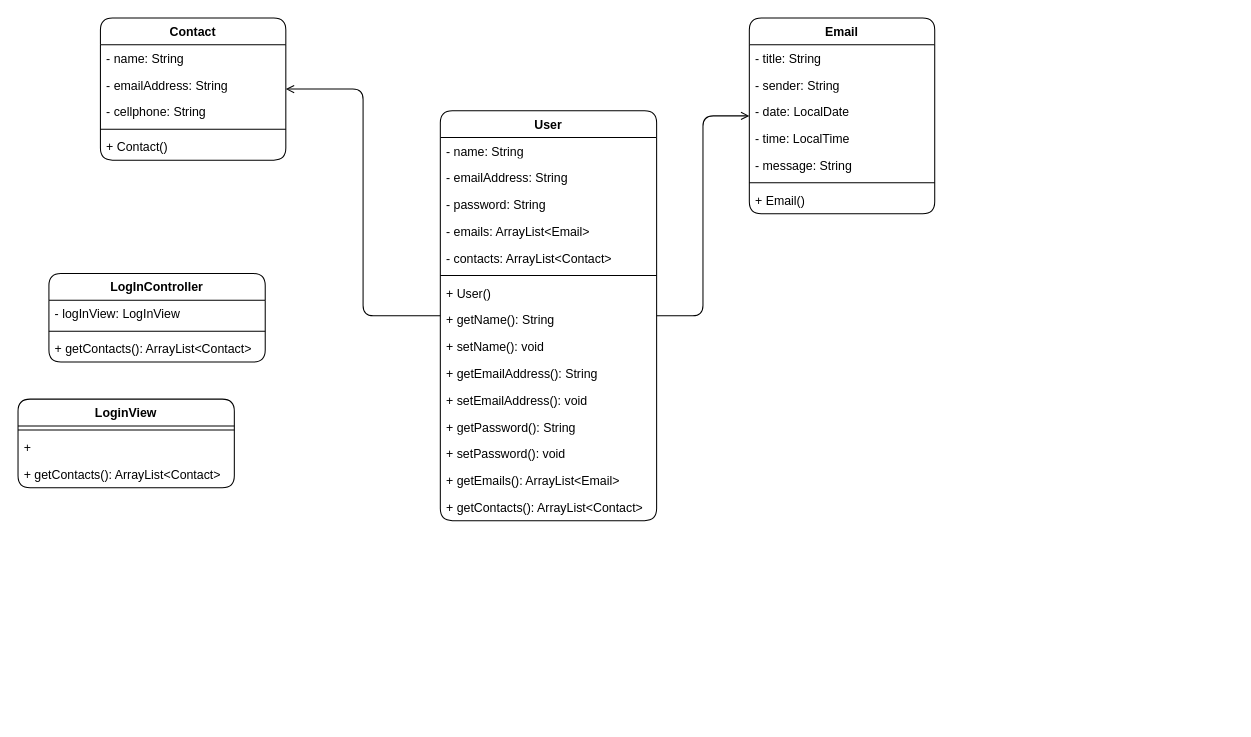
Earlier version of the draw.io diagram page "Diagrama de clase" (1 of 3) of UML.drawio (EddyArriaga/mail). Source tidied: cells renumbered, new cells numbered last; positions are measured from the earlier drawing's top-left corner, leaving out a move shared by most shapes. Both pictures are drawn from the tidied source at 103%, with x=0, y=0 at pixel (18, 18).
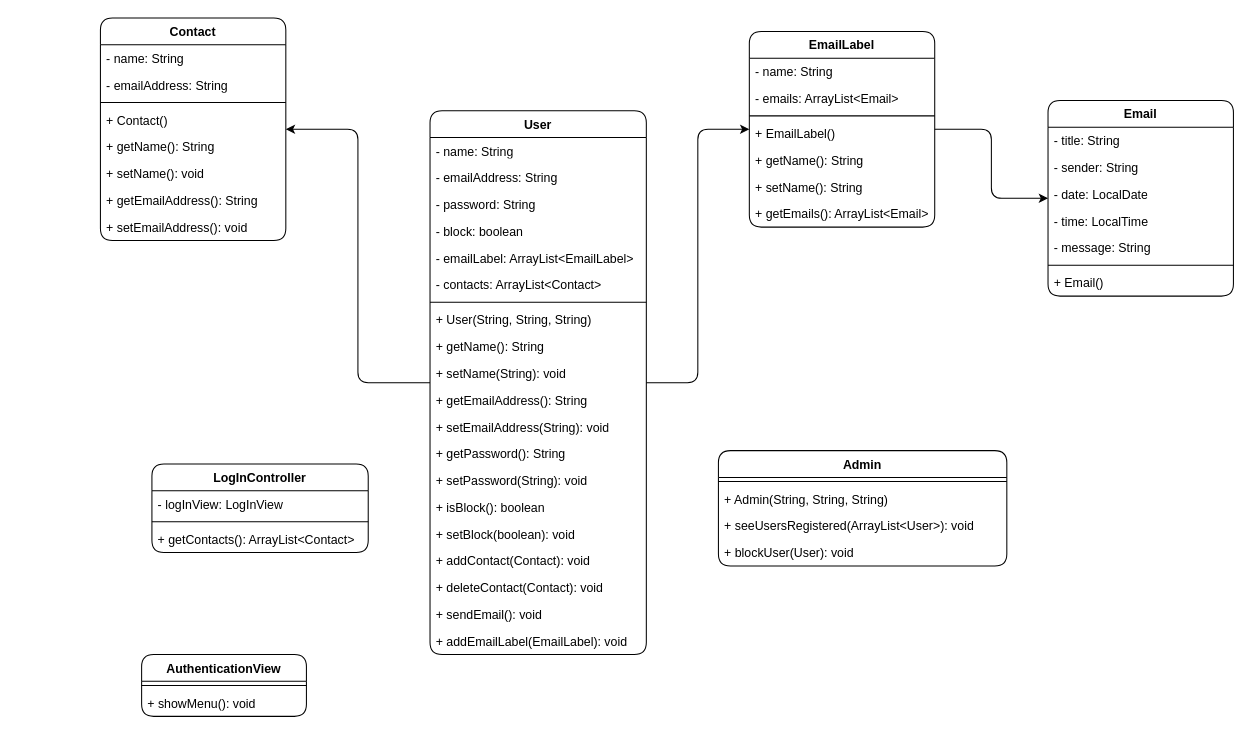
Above is the later version.

The edit, as a diff of the source:
```diff
@@
-    <mxCell id="2" style="edgeStyle=orthogonalEdgeStyle;rounded=1;jettySize=auto;html=1;fontFamily=Helvetica;fontSize=12;fontColor=default;fontStyle=1;horizontal=1;endArrow=open;endFill=0;curved=0;" parent="1" edge="1" source="4" target="20">
-      <mxGeometry relative="1" as="geometry" />
-    </mxCell>
-    <mxCell id="3" style="edgeStyle=orthogonalEdgeStyle;shape=connector;rounded=1;jettySize=auto;html=1;strokeColor=default;align=center;verticalAlign=middle;fontFamily=Helvetica;fontSize=12;fontColor=default;fontStyle=1;labelBackgroundColor=default;horizontal=1;endArrow=open;endFill=0;curved=0;" parent="1" edge="1" source="4" target="28">
+    <mxCell id="3" style="edgeStyle=orthogonalEdgeStyle;shape=connector;rounded=1;jettySize=auto;html=1;strokeColor=default;align=center;verticalAlign=middle;fontFamily=Helvetica;fontSize=12;fontColor=default;fontStyle=1;labelBackgroundColor=default;horizontal=1;endArrow=classic;endFill=1;curved=0;" parent="1" edge="1" source="4" target="28">
       <mxGeometry relative="1" as="geometry" />
     </mxCell>
+    <mxCell id="42" style="edgeStyle=orthogonalEdgeStyle;rounded=1;jettySize=auto;html=1;endArrow=classic;endFill=1;curved=0;" parent="1" edge="1" source="4" target="55">
+      <mxGeometry relative="1" as="geometry" />
+    </mxCell>
     <mxCell id="4" value="User" style="swimlane;fontStyle=1;align=center;verticalAlign=top;horizontal=1;startSize=26;whiteSpace=wrap;html=1;rounded=1;" parent="1" vertex="1">
-      <mxGeometry x="410" y="90" width="210" height="398" as="geometry" />
+      <mxGeometry x="400" y="90" width="210" height="528" as="geometry" />
     </mxCell>
@@
+    <mxCell id="43" value="- block: boolean" style="text;strokeColor=none;fillColor=none;align=left;verticalAlign=top;spacingLeft=4;spacingRight=4;overflow=hidden;whiteSpace=wrap;html=1;" parent="4" vertex="1">
+      <mxGeometry y="104" width="210" height="26" as="geometry" />
+    </mxCell>
-    <mxCell id="8" value="- emails: ArrayList&amp;lt;Email&amp;gt;" style="text;strokeColor=none;fillColor=none;align=left;verticalAlign=top;spacingLeft=4;spacingRight=4;overflow=hidden;whiteSpace=wrap;html=1;" parent="4" vertex="1">
-      <mxGeometry y="104" width="210" height="26" as="geometry" />
+    <mxCell id="8" value="- emailLabel: ArrayList&amp;lt;EmailLabel&amp;gt;" style="text;strokeColor=none;fillColor=none;align=left;verticalAlign=top;spacingLeft=4;spacingRight=4;overflow=hidden;whiteSpace=wrap;html=1;" parent="4" vertex="1">
+      <mxGeometry y="130" width="210" height="26" as="geometry" />
     </mxCell>
     <mxCell id="9" value="- contacts: ArrayList&amp;lt;Contact&amp;gt;" style="text;strokeColor=none;fillColor=none;align=left;verticalAlign=top;spacingLeft=4;spacingRight=4;overflow=hidden;whiteSpace=wrap;html=1;" parent="4" vertex="1">
-      <mxGeometry y="130" width="210" height="26" as="geometry" />
+      <mxGeometry y="156" width="210" height="26" as="geometry" />
     </mxCell>
     <mxCell id="10" style="line;strokeWidth=1;fillColor=none;align=left;verticalAlign=middle;spacingTop=-1;spacingLeft=3;spacingRight=3;labelPosition=right;strokeColor=inherit;" parent="4" vertex="1">
-      <mxGeometry y="156" width="210" height="8" as="geometry" />
+      <mxGeometry y="182" width="210" height="8" as="geometry" />
     </mxCell>
-    <mxCell id="11" value="+ User()" style="text;strokeColor=none;fillColor=none;align=left;verticalAlign=top;spacingLeft=4;spacingRight=4;overflow=hidden;whiteSpace=wrap;html=1;" parent="4" vertex="1">
-      <mxGeometry y="164" width="210" height="26" as="geometry" />
+    <mxCell id="11" value="+ User(String, String, String)" style="text;strokeColor=none;fillColor=none;align=left;verticalAlign=top;spacingLeft=4;spacingRight=4;overflow=hidden;whiteSpace=wrap;html=1;" parent="4" vertex="1">
+      <mxGeometry y="190" width="210" height="26" as="geometry" />
     </mxCell>
     <mxCell id="12" value="+ getName(): String" style="text;strokeColor=none;fillColor=none;align=left;verticalAlign=top;spacingLeft=4;spacingRight=4;overflow=hidden;whiteSpace=wrap;html=1;" parent="4" vertex="1">
-      <mxGeometry y="190" width="210" height="26" as="geometry" />
+      <mxGeometry y="216" width="210" height="26" as="geometry" />
     </mxCell>
-    <mxCell id="13" value="+ setName(): void" style="text;strokeColor=none;fillColor=none;align=left;verticalAlign=top;spacingLeft=4;spacingRight=4;overflow=hidden;whiteSpace=wrap;html=1;" parent="4" vertex="1">
-      <mxGeometry y="216" width="210" height="26" as="geometry" />
+    <mxCell id="13" value="+ setName(String): void" style="text;strokeColor=none;fillColor=none;align=left;verticalAlign=top;spacingLeft=4;spacingRight=4;overflow=hidden;whiteSpace=wrap;html=1;" parent="4" vertex="1">
+      <mxGeometry y="242" width="210" height="26" as="geometry" />
     </mxCell>
     <mxCell id="14" value="+ getEmailAddress(): String" style="text;strokeColor=none;fillColor=none;align=left;verticalAlign=top;spacingLeft=4;spacingRight=4;overflow=hidden;whiteSpace=wrap;html=1;" parent="4" vertex="1">
-      <mxGeometry y="242" width="210" height="26" as="geometry" />
+      <mxGeometry y="268" width="210" height="26" as="geometry" />
     </mxCell>
-    <mxCell id="15" value="+ setEmailAddress(): void" style="text;strokeColor=none;fillColor=none;align=left;verticalAlign=top;spacingLeft=4;spacingRight=4;overflow=hidden;whiteSpace=wrap;html=1;" parent="4" vertex="1">
-      <mxGeometry y="268" width="210" height="26" as="geometry" />
+    <mxCell id="15" value="+ setEmailAddress(String): void" style="text;strokeColor=none;fillColor=none;align=left;verticalAlign=top;spacingLeft=4;spacingRight=4;overflow=hidden;whiteSpace=wrap;html=1;" parent="4" vertex="1">
+      <mxGeometry y="294" width="210" height="26" as="geometry" />
     </mxCell>
     <mxCell id="16" value="+ getPassword(): String" style="text;strokeColor=none;fillColor=none;align=left;verticalAlign=top;spacingLeft=4;spacingRight=4;overflow=hidden;whiteSpace=wrap;html=1;" parent="4" vertex="1">
-      <mxGeometry y="294" width="210" height="26" as="geometry" />
+      <mxGeometry y="320" width="210" height="26" as="geometry" />
     </mxCell>
-    <mxCell id="17" value="+ setPassword(): void" style="text;strokeColor=none;fillColor=none;align=left;verticalAlign=top;spacingLeft=4;spacingRight=4;overflow=hidden;whiteSpace=wrap;html=1;" parent="4" vertex="1">
-      <mxGeometry y="320" width="210" height="26" as="geometry" />
+    <mxCell id="17" value="+ setPassword(String): void" style="text;strokeColor=none;fillColor=none;align=left;verticalAlign=top;spacingLeft=4;spacingRight=4;overflow=hidden;whiteSpace=wrap;html=1;" parent="4" vertex="1">
+      <mxGeometry y="346" width="210" height="26" as="geometry" />
     </mxCell>
-    <mxCell id="18" value="+ getEmails(): ArrayList&amp;lt;Email&amp;gt;" style="text;strokeColor=none;fillColor=none;align=left;verticalAlign=top;spacingLeft=4;spacingRight=4;overflow=hidden;whiteSpace=wrap;html=1;" parent="4" vertex="1">
-      <mxGeometry y="346" width="210" height="26" as="geometry" />
-    </mxCell>
-    <mxCell id="19" value="+ getContacts(): ArrayList&amp;lt;Contact&amp;gt;" style="text;strokeColor=none;fillColor=none;align=left;verticalAlign=top;spacingLeft=4;spacingRight=4;overflow=hidden;whiteSpace=wrap;html=1;" parent="4" vertex="1">
-      <mxGeometry y="372" width="210" height="26" as="geometry" />
-    </mxCell>
+    <mxCell id="44" value="+ isBlock(): boolean" style="text;strokeColor=none;fillColor=none;align=left;verticalAlign=top;spacingLeft=4;spacingRight=4;overflow=hidden;whiteSpace=wrap;html=1;" parent="4" vertex="1">
+      <mxGeometry y="372" width="210" height="26" as="geometry" />
+    </mxCell>
+    <mxCell id="45" value="+ setBlock(boolean): void" style="text;strokeColor=none;fillColor=none;align=left;verticalAlign=top;spacingLeft=4;spacingRight=4;overflow=hidden;whiteSpace=wrap;html=1;" parent="4" vertex="1">
+      <mxGeometry y="398" width="210" height="26" as="geometry" />
+    </mxCell>
+    <mxCell id="46" value="+ addContact(Contact): void" style="text;strokeColor=none;fillColor=none;align=left;verticalAlign=top;spacingLeft=4;spacingRight=4;overflow=hidden;whiteSpace=wrap;html=1;" parent="4" vertex="1">
+      <mxGeometry y="424" width="210" height="26" as="geometry" />
+    </mxCell>
+    <mxCell id="47" value="+ deleteContact(Contact): void" style="text;strokeColor=none;fillColor=none;align=left;verticalAlign=top;spacingLeft=4;spacingRight=4;overflow=hidden;whiteSpace=wrap;html=1;" parent="4" vertex="1">
+      <mxGeometry y="450" width="210" height="26" as="geometry" />
+    </mxCell>
+    <mxCell id="48" value="+ sendEmail(): void" style="text;strokeColor=none;fillColor=none;align=left;verticalAlign=top;spacingLeft=4;spacingRight=4;overflow=hidden;whiteSpace=wrap;html=1;" parent="4" vertex="1">
+      <mxGeometry y="476" width="210" height="26" as="geometry" />
+    </mxCell>
+    <mxCell id="49" value="+ addEmailLabel(EmailLabel): void" style="text;strokeColor=none;fillColor=none;align=left;verticalAlign=top;spacingLeft=4;spacingRight=4;overflow=hidden;whiteSpace=wrap;html=1;" parent="4" vertex="1">
+      <mxGeometry y="502" width="210" height="26" as="geometry" />
+    </mxCell>
     <mxCell id="20" value="Email" style="swimlane;fontStyle=1;align=center;verticalAlign=top;horizontal=1;startSize=26;whiteSpace=wrap;html=1;rounded=1;" parent="1" vertex="1">
-      <mxGeometry x="710" width="180" height="190" as="geometry" />
+      <mxGeometry x="1000" y="80" width="180" height="190" as="geometry" />
     </mxCell>
@@
     <mxCell id="28" value="Contact" style="swimlane;fontStyle=1;align=center;verticalAlign=top;horizontal=1;startSize=26;whiteSpace=wrap;html=1;rounded=1;" parent="1" vertex="1">
-      <mxGeometry x="80" width="180" height="138" as="geometry" />
+      <mxGeometry x="80" width="180" height="216" as="geometry" />
     </mxCell>
@@
-    <mxCell id="31" value="- cellphone: String" style="text;strokeColor=none;fillColor=none;align=left;verticalAlign=top;spacingLeft=4;spacingRight=4;overflow=hidden;whiteSpace=wrap;html=1;" parent="28" vertex="1">
-      <mxGeometry y="78" width="180" height="26" as="geometry" />
-    </mxCell>
     <mxCell id="32" style="line;strokeWidth=1;fillColor=none;align=left;verticalAlign=middle;spacingTop=-1;spacingLeft=3;spacingRight=3;labelPosition=right;strokeColor=inherit;" parent="28" vertex="1">
-      <mxGeometry y="104" width="180" height="8" as="geometry" />
+      <mxGeometry y="78" width="180" height="8" as="geometry" />
     </mxCell>
     <mxCell id="33" value="+ Contact()" style="text;strokeColor=none;fillColor=none;align=left;verticalAlign=top;spacingLeft=4;spacingRight=4;overflow=hidden;whiteSpace=wrap;html=1;" parent="28" vertex="1">
-      <mxGeometry y="112" width="180" height="26" as="geometry" />
+      <mxGeometry y="86" width="180" height="26" as="geometry" />
     </mxCell>
+    <mxCell id="50" value="+ getName(): String" style="text;strokeColor=none;fillColor=none;align=left;verticalAlign=top;spacingLeft=4;spacingRight=4;overflow=hidden;whiteSpace=wrap;html=1;" parent="28" vertex="1">
+      <mxGeometry y="112" width="180" height="26" as="geometry" />
+    </mxCell>
+    <mxCell id="51" value="+ setName(): void" style="text;strokeColor=none;fillColor=none;align=left;verticalAlign=top;spacingLeft=4;spacingRight=4;overflow=hidden;whiteSpace=wrap;html=1;" parent="28" vertex="1">
+      <mxGeometry y="138" width="180" height="26" as="geometry" />
+    </mxCell>
+    <mxCell id="52" value="+ getEmailAddress(): String" style="text;strokeColor=none;fillColor=none;align=left;verticalAlign=top;spacingLeft=4;spacingRight=4;overflow=hidden;whiteSpace=wrap;html=1;" parent="28" vertex="1">
+      <mxGeometry y="164" width="180" height="26" as="geometry" />
+    </mxCell>
+    <mxCell id="53" value="+ setEmailAddress(): void" style="text;strokeColor=none;fillColor=none;align=left;verticalAlign=top;spacingLeft=4;spacingRight=4;overflow=hidden;whiteSpace=wrap;html=1;" parent="28" vertex="1">
+      <mxGeometry y="190" width="180" height="26" as="geometry" />
+    </mxCell>
-    <mxCell id="34" value="LoginView" style="swimlane;fontStyle=1;align=center;verticalAlign=top;horizontal=1;startSize=26;whiteSpace=wrap;html=1;rounded=1;" parent="1" vertex="1">
-      <mxGeometry y="370" width="210" height="86" as="geometry" />
+    <mxCell id="34" value="AuthenticationView" style="swimlane;fontStyle=1;align=center;verticalAlign=top;horizontal=1;startSize=26;whiteSpace=wrap;html=1;rounded=1;" parent="1" vertex="1">
+      <mxGeometry x="120" y="618" width="160" height="60" as="geometry" />
     </mxCell>
     <mxCell id="35" style="line;strokeWidth=1;fillColor=none;align=left;verticalAlign=middle;spacingTop=-1;spacingLeft=3;spacingRight=3;labelPosition=right;strokeColor=inherit;" parent="34" vertex="1">
-      <mxGeometry y="26" width="210" height="8" as="geometry" />
+      <mxGeometry y="26" width="160" height="8" as="geometry" />
     </mxCell>
-    <mxCell id="36" value="+&amp;nbsp;" style="text;strokeColor=none;fillColor=none;align=left;verticalAlign=top;spacingLeft=4;spacingRight=4;overflow=hidden;whiteSpace=wrap;html=1;" parent="34" vertex="1">
-      <mxGeometry y="34" width="210" height="26" as="geometry" />
-    </mxCell>
-    <mxCell id="37" value="+ getContacts(): ArrayList&amp;lt;Contact&amp;gt;" style="text;strokeColor=none;fillColor=none;align=left;verticalAlign=top;spacingLeft=4;spacingRight=4;overflow=hidden;whiteSpace=wrap;html=1;" parent="34" vertex="1">
-      <mxGeometry y="60" width="210" height="26" as="geometry" />
+    <mxCell id="37" value="+ showMenu(): void" style="text;strokeColor=none;fillColor=none;align=left;verticalAlign=top;spacingLeft=4;spacingRight=4;overflow=hidden;whiteSpace=wrap;html=1;" parent="34" vertex="1">
+      <mxGeometry y="34" width="160" height="26" as="geometry" />
     </mxCell>
     <mxCell id="38" value="LogInController" style="swimlane;fontStyle=1;align=center;verticalAlign=top;horizontal=1;startSize=26;whiteSpace=wrap;html=1;rounded=1;" parent="1" vertex="1">
-      <mxGeometry x="30" y="248" width="210" height="86" as="geometry" />
+      <mxGeometry x="130" y="433" width="210" height="86" as="geometry" />
     </mxCell>
@@
+    <mxCell id="54" style="edgeStyle=orthogonalEdgeStyle;shape=connector;curved=0;rounded=1;jettySize=auto;html=1;strokeColor=default;align=center;verticalAlign=middle;fontFamily=Helvetica;fontSize=11;fontColor=default;labelBackgroundColor=default;endArrow=classic;endFill=1;" parent="1" edge="1" source="55" target="20">
+      <mxGeometry relative="1" as="geometry" />
+    </mxCell>
+    <mxCell id="55" value="EmailLabel" style="swimlane;fontStyle=1;align=center;verticalAlign=top;horizontal=1;startSize=26;whiteSpace=wrap;html=1;rounded=1;" parent="1" vertex="1">
+      <mxGeometry x="710" y="13" width="180" height="190" as="geometry" />
+    </mxCell>
+    <mxCell id="56" value="- name: String" style="text;strokeColor=none;fillColor=none;align=left;verticalAlign=top;spacingLeft=4;spacingRight=4;overflow=hidden;whiteSpace=wrap;html=1;" parent="55" vertex="1">
+      <mxGeometry y="26" width="180" height="26" as="geometry" />
+    </mxCell>
+    <mxCell id="57" value="- emails: ArrayList&amp;lt;Email&amp;gt;" style="text;strokeColor=none;fillColor=none;align=left;verticalAlign=top;spacingLeft=4;spacingRight=4;overflow=hidden;whiteSpace=wrap;html=1;" parent="55" vertex="1">
+      <mxGeometry y="52" width="180" height="26" as="geometry" />
+    </mxCell>
+    <mxCell id="58" style="line;strokeWidth=1;fillColor=none;align=left;verticalAlign=middle;spacingTop=-1;spacingLeft=3;spacingRight=3;labelPosition=right;strokeColor=inherit;" parent="55" vertex="1">
+      <mxGeometry y="78" width="180" height="8" as="geometry" />
+    </mxCell>
+    <mxCell id="59" value="+ EmailLabel()" style="text;strokeColor=none;fillColor=none;align=left;verticalAlign=top;spacingLeft=4;spacingRight=4;overflow=hidden;whiteSpace=wrap;html=1;" parent="55" vertex="1">
+      <mxGeometry y="86" width="180" height="26" as="geometry" />
+    </mxCell>
+    <mxCell id="60" value="+ getName(): String" style="text;strokeColor=none;fillColor=none;align=left;verticalAlign=top;spacingLeft=4;spacingRight=4;overflow=hidden;whiteSpace=wrap;html=1;" parent="55" vertex="1">
+      <mxGeometry y="112" width="180" height="26" as="geometry" />
+    </mxCell>
+    <mxCell id="61" value="+ setName(): String" style="text;strokeColor=none;fillColor=none;align=left;verticalAlign=top;spacingLeft=4;spacingRight=4;overflow=hidden;whiteSpace=wrap;html=1;" parent="55" vertex="1">
+      <mxGeometry y="138" width="180" height="26" as="geometry" />
+    </mxCell>
+    <mxCell id="18" value="+ getEmails(): ArrayList&amp;lt;Email&amp;gt;" style="text;strokeColor=none;fillColor=none;align=left;verticalAlign=top;spacingLeft=4;spacingRight=4;overflow=hidden;whiteSpace=wrap;html=1;" parent="55" vertex="1">
+      <mxGeometry y="164" width="180" height="26" as="geometry" />
+    </mxCell>
+    <mxCell id="62" value="Admin" style="swimlane;fontStyle=1;align=center;verticalAlign=top;horizontal=1;startSize=26;whiteSpace=wrap;html=1;rounded=1;" parent="1" vertex="1">
+      <mxGeometry x="680" y="420" width="280" height="112" as="geometry" />
+    </mxCell>
+    <mxCell id="63" style="line;strokeWidth=1;fillColor=none;align=left;verticalAlign=middle;spacingTop=-1;spacingLeft=3;spacingRight=3;labelPosition=right;strokeColor=inherit;" parent="62" vertex="1">
+      <mxGeometry y="26" width="280" height="8" as="geometry" />
+    </mxCell>
+    <mxCell id="64" value="+ Admin(String, String, String)" style="text;strokeColor=none;fillColor=none;align=left;verticalAlign=top;spacingLeft=4;spacingRight=4;overflow=hidden;whiteSpace=wrap;html=1;" parent="62" vertex="1">
+      <mxGeometry y="34" width="280" height="26" as="geometry" />
+    </mxCell>
+    <mxCell id="65" value="+ seeUsersRegistered(ArrayList&amp;lt;User&amp;gt;): void" style="text;strokeColor=none;fillColor=none;align=left;verticalAlign=top;spacingLeft=4;spacingRight=4;overflow=hidden;whiteSpace=wrap;html=1;" parent="62" vertex="1">
+      <mxGeometry y="60" width="280" height="26" as="geometry" />
+    </mxCell>
+    <mxCell id="66" value="+ blockUser(User): void" style="text;strokeColor=none;fillColor=none;align=left;verticalAlign=top;spacingLeft=4;spacingRight=4;overflow=hidden;whiteSpace=wrap;html=1;" parent="62" vertex="1">
+      <mxGeometry y="86" width="280" height="26" as="geometry" />
+    </mxCell>
```
